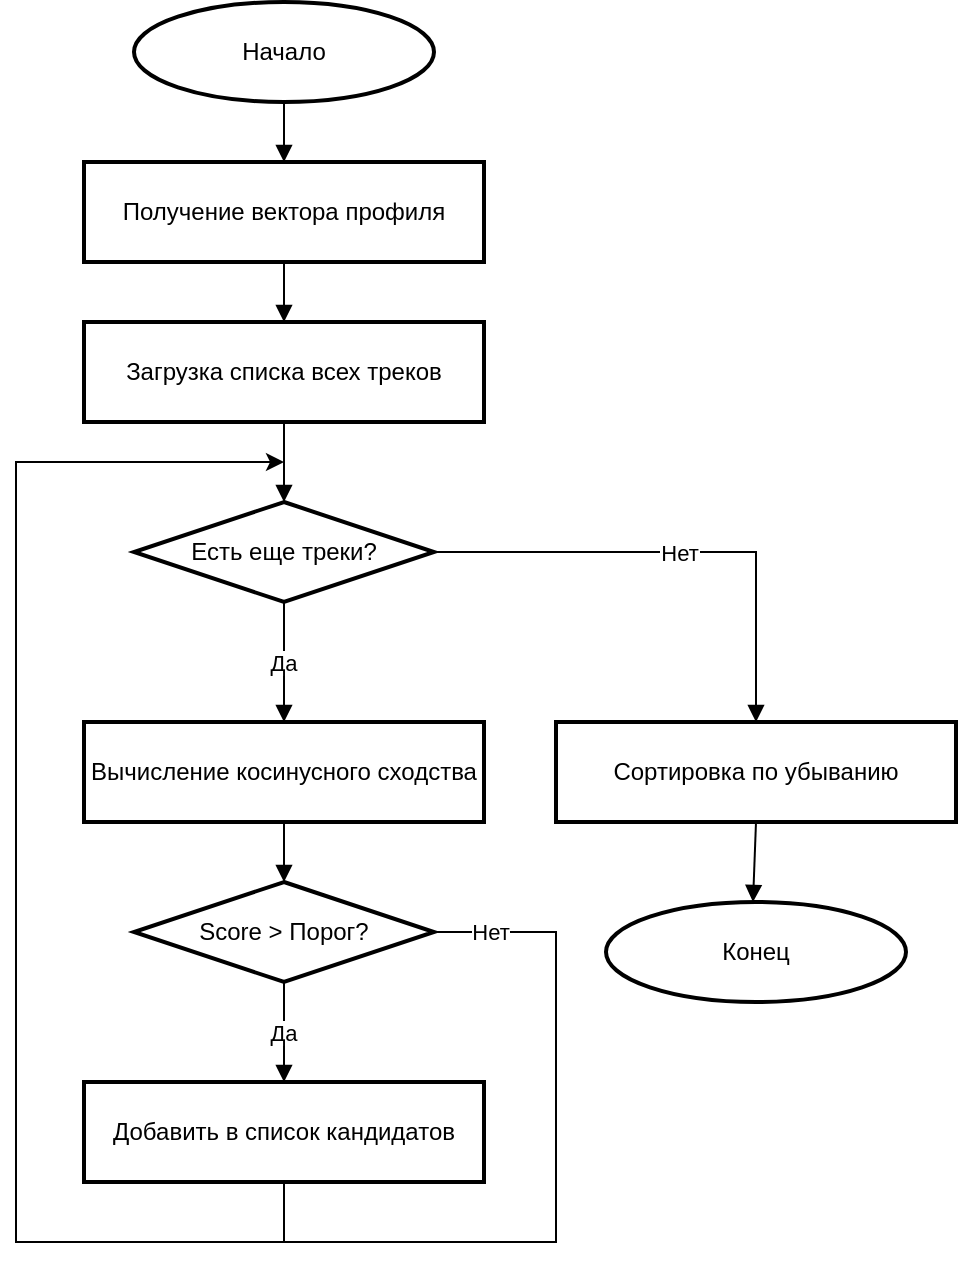
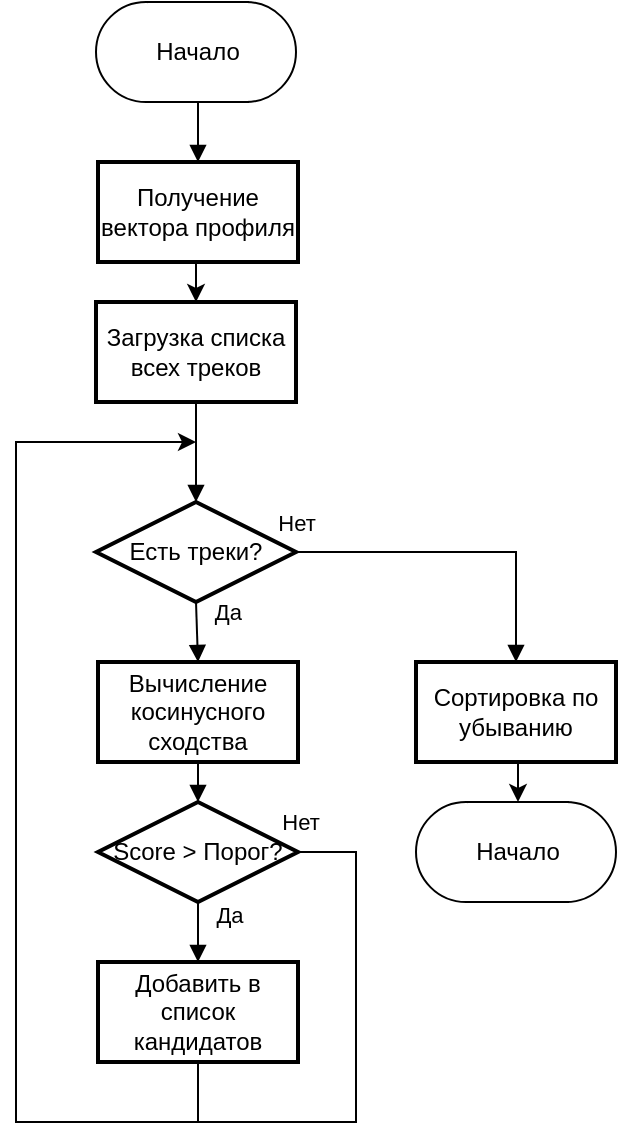
<mxfile host="Electron">
  <diagram name="Page-1" id="1dfP4TDi2jqTqvEiar4Z">
-     <mxGraphModel dx="680" dy="595" grid="1" gridSize="10" guides="1" tooltips="1" connect="1" arrows="1" fold="1" page="1" pageScale="1" pageWidth="827" pageHeight="1169" math="0" shadow="0">
+     <mxGraphModel dx="1016" dy="611" grid="1" gridSize="10" guides="1" tooltips="1" connect="1" arrows="1" fold="1" page="1" pageScale="1" pageWidth="827" pageHeight="1169" math="0" shadow="0">
      <root>
        <mxCell id="0" />
        <mxCell id="1" parent="0" />
-         <mxCell id="Mg_8RYLmA3TqrIICsJLj-18" parent="1" style="ellipse;strokeWidth=2;whiteSpace=wrap;" value="Начало" vertex="1">
-           <mxGeometry height="50" width="150" x="309" y="70" as="geometry" />
+         <mxCell id="KkSrpY8Yo38ALQs_wTV_-21" edge="1" parent="1" source="Mg_8RYLmA3TqrIICsJLj-19" style="edgeStyle=orthogonalEdgeStyle;rounded=0;orthogonalLoop=1;jettySize=auto;html=1;exitX=0.5;exitY=1;exitDx=0;exitDy=0;entryX=0.5;entryY=0;entryDx=0;entryDy=0;" target="Mg_8RYLmA3TqrIICsJLj-20">
+           <mxGeometry relative="1" as="geometry" />
        </mxCell>
        <mxCell id="Mg_8RYLmA3TqrIICsJLj-19" parent="1" style="whiteSpace=wrap;strokeWidth=2;" value="Получение вектора профиля" vertex="1">
-           <mxGeometry height="50" width="200" x="284" y="150" as="geometry" />
+           <mxGeometry height="50" width="100" x="341" y="160" as="geometry" />
        </mxCell>
        <mxCell id="Mg_8RYLmA3TqrIICsJLj-20" parent="1" style="whiteSpace=wrap;strokeWidth=2;" value="Загрузка списка всех треков" vertex="1">
-           <mxGeometry height="50" width="200" x="284" y="230" as="geometry" />
+           <mxGeometry height="50" width="100" x="340" y="230" as="geometry" />
        </mxCell>
-         <mxCell id="Mg_8RYLmA3TqrIICsJLj-21" parent="1" style="rhombus;strokeWidth=2;whiteSpace=wrap;" value="Есть еще треки?" vertex="1">
-           <mxGeometry height="50" width="150" x="309" y="320" as="geometry" />
+         <mxCell id="Mg_8RYLmA3TqrIICsJLj-21" parent="1" style="rhombus;strokeWidth=2;whiteSpace=wrap;" value="Есть треки?" vertex="1">
+           <mxGeometry height="50" width="100" x="340" y="330" as="geometry" />
        </mxCell>
        <mxCell id="Mg_8RYLmA3TqrIICsJLj-22" parent="1" style="whiteSpace=wrap;strokeWidth=2;" value="Вычисление косинусного сходства" vertex="1">
-           <mxGeometry height="50" width="200" x="284" y="430" as="geometry" />
+           <mxGeometry height="50" width="100" x="341" y="410" as="geometry" />
        </mxCell>
        <mxCell id="Mg_8RYLmA3TqrIICsJLj-59" edge="1" parent="1" source="Mg_8RYLmA3TqrIICsJLj-23" style="edgeStyle=orthogonalEdgeStyle;rounded=0;orthogonalLoop=1;jettySize=auto;html=1;exitX=1;exitY=0.5;exitDx=0;exitDy=0;endArrow=none;endFill=0;">
          <mxGeometry relative="1" as="geometry">
            <Array as="points">
-               <mxPoint x="520" y="535" />
-               <mxPoint x="520" y="690" />
-               <mxPoint x="250" y="690" />
+               <mxPoint x="470" y="505" />
+               <mxPoint x="470" y="640" />
            </Array>
-             <mxPoint x="250" y="650" as="targetPoint" />
+             <mxPoint x="300" y="640" as="targetPoint" />
          </mxGeometry>
        </mxCell>
        <mxCell id="Mg_8RYLmA3TqrIICsJLj-61" connectable="0" parent="Mg_8RYLmA3TqrIICsJLj-59" style="edgeLabel;html=1;align=center;verticalAlign=middle;resizable=0;points=[];" value="Нет" vertex="1">
          <mxGeometry relative="1" x="-0.8958" as="geometry">
-             <mxPoint as="offset" />
+             <mxPoint x="-17" y="-15" as="offset" />
          </mxGeometry>
        </mxCell>
        <mxCell id="Mg_8RYLmA3TqrIICsJLj-23" parent="1" style="rhombus;strokeWidth=2;whiteSpace=wrap;" value="Score &gt; Порог?" vertex="1">
-           <mxGeometry height="50" width="150" x="309" y="510" as="geometry" />
+           <mxGeometry height="50" width="100" x="341" y="480" as="geometry" />
        </mxCell>
        <mxCell id="Mg_8RYLmA3TqrIICsJLj-38" edge="1" parent="1" source="Mg_8RYLmA3TqrIICsJLj-24" style="edgeStyle=orthogonalEdgeStyle;rounded=0;orthogonalLoop=1;jettySize=auto;html=1;exitX=0.5;exitY=1;exitDx=0;exitDy=0;startArrow=none;startFill=0;endArrow=classic;endFill=1;">
          <mxGeometry relative="1" as="geometry">
            <Array as="points">
-               <mxPoint x="384" y="690" />
-               <mxPoint x="250" y="690" />
-               <mxPoint x="250" y="300" />
+               <mxPoint x="391" y="640" />
+               <mxPoint x="300" y="640" />
+               <mxPoint x="300" y="300" />
            </Array>
-             <mxPoint x="384" y="300" as="targetPoint" />
+             <mxPoint x="390" y="300" as="targetPoint" />
          </mxGeometry>
        </mxCell>
        <mxCell id="Mg_8RYLmA3TqrIICsJLj-24" parent="1" style="whiteSpace=wrap;strokeWidth=2;" value="Добавить в список кандидатов" vertex="1">
-           <mxGeometry height="50" width="200" x="284" y="610" as="geometry" />
+           <mxGeometry height="50" width="100" x="341" y="560" as="geometry" />
+         </mxCell>
+         <mxCell id="KkSrpY8Yo38ALQs_wTV_-22" edge="1" parent="1" source="Mg_8RYLmA3TqrIICsJLj-25" style="edgeStyle=orthogonalEdgeStyle;rounded=0;orthogonalLoop=1;jettySize=auto;html=1;exitX=0.5;exitY=1;exitDx=0;exitDy=0;entryX=0.5;entryY=0;entryDx=0;entryDy=0;" target="KkSrpY8Yo38ALQs_wTV_-19">
+           <mxGeometry relative="1" as="geometry" />
        </mxCell>
        <mxCell id="Mg_8RYLmA3TqrIICsJLj-25" parent="1" style="whiteSpace=wrap;strokeWidth=2;" value="Сортировка по убыванию" vertex="1">
-           <mxGeometry height="50" width="200" x="520" y="430" as="geometry" />
+           <mxGeometry height="50" width="100" x="500" y="410" as="geometry" />
        </mxCell>
-         <mxCell id="Mg_8RYLmA3TqrIICsJLj-26" parent="1" style="ellipse;strokeWidth=2;whiteSpace=wrap;" value="Конец" vertex="1">
-           <mxGeometry height="50" width="150" x="545" y="520" as="geometry" />
-         </mxCell>
-         <mxCell id="Mg_8RYLmA3TqrIICsJLj-27" edge="1" parent="1" source="Mg_8RYLmA3TqrIICsJLj-18" style="curved=1;startArrow=none;endArrow=block;exitX=0.5;exitY=1;entryX=0.5;entryY=0;rounded=0;noEdgeStyle=1;orthogonal=1;" target="Mg_8RYLmA3TqrIICsJLj-19" value="">
-           <mxGeometry relative="1" as="geometry" />
-         </mxCell>
-         <mxCell id="Mg_8RYLmA3TqrIICsJLj-28" edge="1" parent="1" source="Mg_8RYLmA3TqrIICsJLj-19" style="curved=1;startArrow=none;endArrow=block;exitX=0.5;exitY=1;entryX=0.5;entryY=0;rounded=0;noEdgeStyle=1;orthogonal=1;" target="Mg_8RYLmA3TqrIICsJLj-20" value="">
-           <mxGeometry relative="1" as="geometry" />
+         <mxCell id="Mg_8RYLmA3TqrIICsJLj-27" edge="1" parent="1" source="KkSrpY8Yo38ALQs_wTV_-8" style="curved=1;startArrow=none;endArrow=block;exitX=0.5;exitY=1;entryX=0.5;entryY=0;rounded=0;noEdgeStyle=1;orthogonal=1;exitDx=0;exitDy=0;" target="Mg_8RYLmA3TqrIICsJLj-19" value="">
+           <mxGeometry relative="1" as="geometry">
+             <mxPoint x="350" y="100.00000000000011" as="sourcePoint" />
+           </mxGeometry>
        </mxCell>
        <mxCell id="Mg_8RYLmA3TqrIICsJLj-29" edge="1" parent="1" source="Mg_8RYLmA3TqrIICsJLj-20" style="curved=1;startArrow=none;endArrow=block;exitX=0.5;exitY=1;entryX=0.5;entryY=0;rounded=0;noEdgeStyle=1;orthogonal=1;" target="Mg_8RYLmA3TqrIICsJLj-21" value="">
          <mxGeometry relative="1" as="geometry" />
        </mxCell>
        <mxCell id="Mg_8RYLmA3TqrIICsJLj-30" edge="1" parent="1" source="Mg_8RYLmA3TqrIICsJLj-21" style="curved=1;startArrow=none;endArrow=block;exitX=0.5;exitY=1;entryX=0.5;entryY=0;rounded=0;noEdgeStyle=1;orthogonal=1;exitDx=0;exitDy=0;" target="Mg_8RYLmA3TqrIICsJLj-22" value="Да">
-           <mxGeometry relative="1" as="geometry" />
+           <mxGeometry relative="1" x="-0.6667" y="16" as="geometry">
+             <mxPoint as="offset" />
+           </mxGeometry>
        </mxCell>
        <mxCell id="Mg_8RYLmA3TqrIICsJLj-31" edge="1" parent="1" source="Mg_8RYLmA3TqrIICsJLj-22" style="curved=1;startArrow=none;endArrow=block;exitX=0.5;exitY=1;entryX=0.5;entryY=0;rounded=0;noEdgeStyle=1;orthogonal=1;entryDx=0;entryDy=0;" target="Mg_8RYLmA3TqrIICsJLj-23" value="">
          <mxGeometry relative="1" as="geometry" />
        </mxCell>
        <mxCell id="Mg_8RYLmA3TqrIICsJLj-32" edge="1" parent="1" source="Mg_8RYLmA3TqrIICsJLj-23" style="curved=1;startArrow=none;endArrow=block;exitX=0.5;exitY=1;entryX=0.5;entryY=0;rounded=0;noEdgeStyle=1;orthogonal=1;entryDx=0;entryDy=0;" target="Mg_8RYLmA3TqrIICsJLj-24" value="Да">
-           <mxGeometry relative="1" as="geometry" />
+           <mxGeometry relative="1" x="-0.6" y="16" as="geometry">
+             <mxPoint as="offset" />
+           </mxGeometry>
        </mxCell>
        <mxCell id="Mg_8RYLmA3TqrIICsJLj-35" edge="1" parent="1" source="Mg_8RYLmA3TqrIICsJLj-21" style="startArrow=none;endArrow=block;exitX=1;exitY=0.5;entryX=0.5;entryY=-0.01;rounded=0;orthogonal=1;exitDx=0;exitDy=0;edgeStyle=orthogonalEdgeStyle;" target="Mg_8RYLmA3TqrIICsJLj-25" value="Нет">
-           <mxGeometry relative="1" as="geometry" />
+           <mxGeometry relative="1" x="-0.9919" y="15" as="geometry">
+             <mxPoint as="offset" />
+           </mxGeometry>
        </mxCell>
-         <mxCell id="Mg_8RYLmA3TqrIICsJLj-36" edge="1" parent="1" source="Mg_8RYLmA3TqrIICsJLj-25" style="curved=1;startArrow=none;endArrow=block;exitX=0.5;exitY=0.99;entryX=0.49;entryY=0;rounded=0;noEdgeStyle=1;orthogonal=1;" target="Mg_8RYLmA3TqrIICsJLj-26" value="">
-           <mxGeometry relative="1" as="geometry" />
+         <mxCell id="KkSrpY8Yo38ALQs_wTV_-15" connectable="0" parent="1" style="group" value="" vertex="1">
+           <mxGeometry height="50" width="100" x="340" y="80" as="geometry" />
+         </mxCell>
+         <mxCell id="KkSrpY8Yo38ALQs_wTV_-3" parent="KkSrpY8Yo38ALQs_wTV_-15" style="ellipse;whiteSpace=wrap;html=1;fillColor=#FFFFFF;container=1;" value="" vertex="1">
+           <mxGeometry height="50" width="50" x="50" as="geometry" />
+         </mxCell>
+         <mxCell id="KkSrpY8Yo38ALQs_wTV_-6" parent="KkSrpY8Yo38ALQs_wTV_-15" style="ellipse;whiteSpace=wrap;html=1;aspect=fixed;fillColor=#FFFFFF;container=0;" value="" vertex="1">
+           <mxGeometry height="50" width="50" as="geometry" />
+         </mxCell>
+         <mxCell id="KkSrpY8Yo38ALQs_wTV_-8" parent="KkSrpY8Yo38ALQs_wTV_-15" style="shape=partialRectangle;whiteSpace=wrap;html=1;left=0;right=0;fillColor=#FFFFFF;" value="Начало" vertex="1">
+           <mxGeometry height="50" width="50" x="26" as="geometry" />
+         </mxCell>
+         <mxCell id="KkSrpY8Yo38ALQs_wTV_-16" connectable="0" parent="1" style="group" value="" vertex="1">
+           <mxGeometry height="50" width="100" x="500" y="480" as="geometry" />
+         </mxCell>
+         <mxCell id="KkSrpY8Yo38ALQs_wTV_-17" parent="KkSrpY8Yo38ALQs_wTV_-16" style="ellipse;whiteSpace=wrap;html=1;fillColor=#FFFFFF;container=1;" value="" vertex="1">
+           <mxGeometry height="50" width="50" x="50" as="geometry" />
+         </mxCell>
+         <mxCell id="KkSrpY8Yo38ALQs_wTV_-18" parent="KkSrpY8Yo38ALQs_wTV_-16" style="ellipse;whiteSpace=wrap;html=1;aspect=fixed;fillColor=#FFFFFF;container=0;" value="" vertex="1">
+           <mxGeometry height="50" width="50" as="geometry" />
+         </mxCell>
+         <mxCell id="KkSrpY8Yo38ALQs_wTV_-19" parent="KkSrpY8Yo38ALQs_wTV_-16" style="shape=partialRectangle;whiteSpace=wrap;html=1;left=0;right=0;fillColor=#FFFFFF;" value="Начало" vertex="1">
+           <mxGeometry height="50" width="50" x="26" as="geometry" />
        </mxCell>
      </root>
    </mxGraphModel>
  </diagram>
</mxfile>
